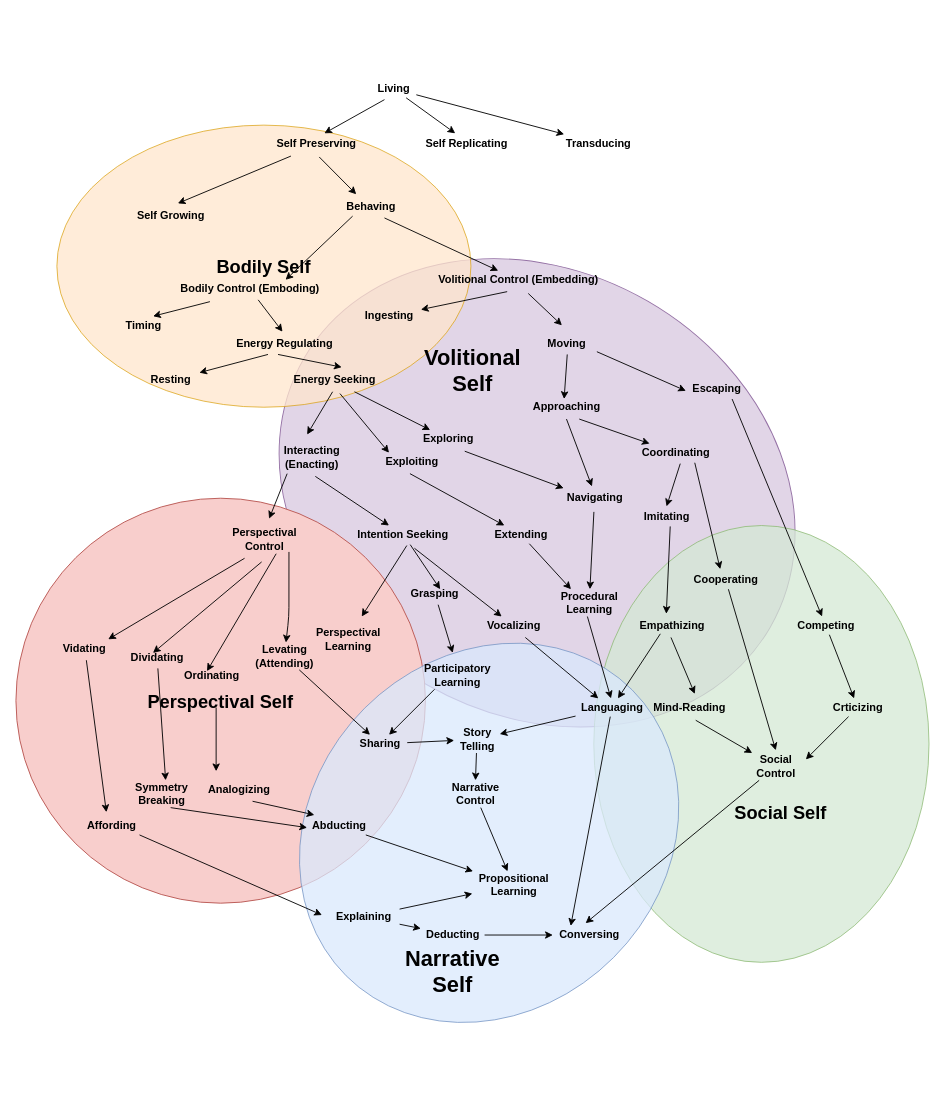
Earlier version of the draw.io diagram autopoiesis_evolution.drawio (codeaudit/1). Source tidied: cells renumbered, new cells numbered last; positions are measured from the earlier drawing's top-left corner, leaving out a move shared by most shapes. Both pictures are drawn from the tidied source at 91%, with x=0, y=0 at pixel (15, 79).
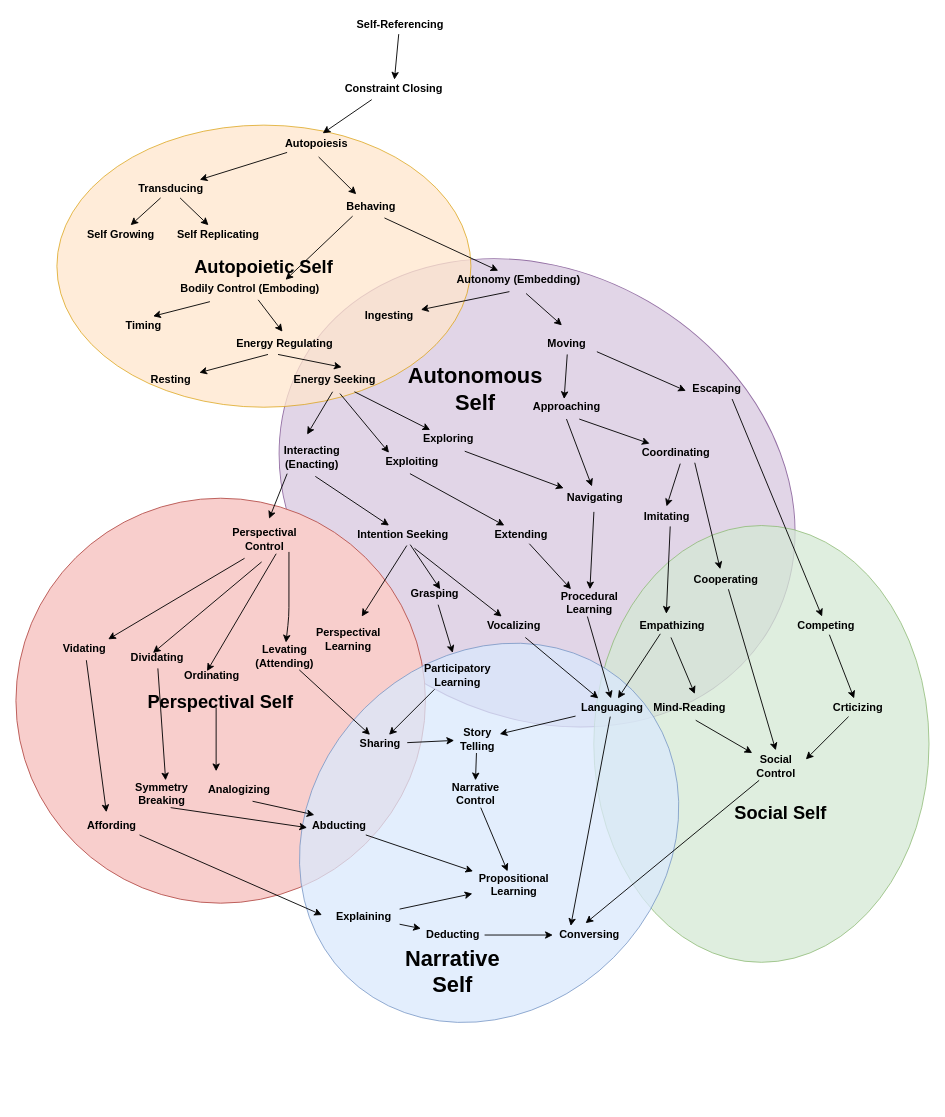
The same diagram, later.

Diff of the diagram source:
```diff
@@
-    <mxCell id="6" value="&lt;span style=&quot;font-size: 20px&quot;&gt;&lt;b&gt;Bodily Self&lt;/b&gt;&lt;/span&gt;" style="ellipse;whiteSpace=wrap;html=1;fillColor=#ffe6cc;strokeColor=#d79b00;opacity=75;" parent="1" vertex="1">
+    <mxCell id="6" value="&lt;span style=&quot;font-size: 20px&quot;&gt;&lt;b&gt;Autopoietic Self&lt;/b&gt;&lt;/span&gt;" style="ellipse;whiteSpace=wrap;html=1;fillColor=#ffe6cc;strokeColor=#d79b00;opacity=75;" parent="1" vertex="1">
       <mxGeometry x="45" y="50" width="455" height="310" as="geometry" />
     </mxCell>
-    <mxCell id="7" value="Living" style="text;html=1;align=center;verticalAlign=middle;points=[];fontStyle=1;" parent="1" vertex="1">
-      <mxGeometry x="390" width="50" height="20" as="geometry" />
+    <mxCell id="7" value="Constraint Closing" style="text;html=1;align=center;verticalAlign=middle;points=[];fontStyle=1;" parent="1" vertex="1">
+      <mxGeometry x="355" width="120" height="20" as="geometry" />
     </mxCell>
-    <mxCell id="8" value="Self Preserving" style="text;html=1;align=center;verticalAlign=middle;points=[];fontStyle=1;" parent="1" vertex="1">
-      <mxGeometry x="280" y="60" width="100" height="20" as="geometry" />
+    <mxCell id="8" value="Autopoiesis" style="text;html=1;align=center;verticalAlign=middle;points=[];fontStyle=1;" parent="1" vertex="1">
+      <mxGeometry x="290" y="60" width="80" height="20" as="geometry" />
     </mxCell>
     <mxCell id="9" value="Self Replicating" style="text;html=1;align=center;verticalAlign=middle;points=[];fontStyle=1;" parent="1" vertex="1">
-      <mxGeometry x="440" y="60" width="110" height="20" as="geometry" />
+      <mxGeometry x="167" y="160" width="110" height="20" as="geometry" />
     </mxCell>
     <mxCell id="10" value="Self Growing" style="text;html=1;align=center;verticalAlign=middle;points=[];fontStyle=1;" parent="1" vertex="1">
-      <mxGeometry x="125" y="140" width="90" height="20" as="geometry" />
+      <mxGeometry x="70" y="160" width="90" height="20" as="geometry" />
     </mxCell>
@@
-    <mxCell id="13" value="Volitional Control (Embedding)" style="text;html=1;align=center;verticalAlign=middle;points=[];fontStyle=1;" parent="1" vertex="1">
-      <mxGeometry x="456.6" y="210" width="190" height="20" as="geometry" />
+    <mxCell id="13" value="Autonomy (Embedding)" style="text;html=1;align=center;verticalAlign=middle;points=[];fontStyle=1;" parent="1" vertex="1">
+      <mxGeometry x="476.6" y="210" width="150" height="20" as="geometry" />
     </mxCell>
@@
-    <mxCell id="48" style="endArrow=none;html=1;exitX=0.389;exitY=-0.05;exitDx=0;exitDy=0;exitPerimeter=0;startArrow=classic;startFill=1;" parent="1" edge="1" source="9" target="7">
-      <mxGeometry relative="1" as="geometry" />
-    </mxCell>
-    <mxCell id="49" style="endArrow=none;html=1;entryX=0.222;entryY=1.2;entryDx=0;entryDy=0;entryPerimeter=0;exitX=0.588;exitY=-0.2;exitDx=0;exitDy=0;exitPerimeter=0;startArrow=classic;startFill=1;" parent="1" edge="1" source="10" target="8">
-      <mxGeometry relative="1" as="geometry" />
-    </mxCell>
@@
-    <mxCell id="102" value="&lt;b&gt;&lt;font style=&quot;font-size: 24px&quot;&gt;Volitional Self&lt;/font&gt;&lt;/b&gt;" style="text;html=1;strokeColor=none;fillColor=none;align=center;verticalAlign=middle;whiteSpace=wrap;rounded=0;opacity=75;" parent="1" vertex="1">
-      <mxGeometry x="481.6" y="310" width="40" height="20" as="geometry" />
+    <mxCell id="102" value="&lt;b&gt;&lt;font style=&quot;font-size: 24px&quot;&gt;Autonomous Self&lt;/font&gt;&lt;/b&gt;" style="text;html=1;strokeColor=none;fillColor=none;align=center;verticalAlign=middle;whiteSpace=wrap;rounded=0;opacity=75;" parent="1" vertex="1">
+      <mxGeometry x="484.5" y="330" width="40" height="20" as="geometry" />
     </mxCell>
@@
     <mxCell id="116" value="Transducing" style="text;html=1;align=center;verticalAlign=middle;points=[];fontStyle=1;" parent="1" vertex="1">
-      <mxGeometry x="595" y="60" width="90" height="20" as="geometry" />
+      <mxGeometry x="125" y="110" width="90" height="20" as="geometry" />
     </mxCell>
-    <mxCell id="117" style="endArrow=none;html=1;startArrow=classic;startFill=1;" parent="1" edge="1" source="116" target="7">
+    <mxCell id="117" style="endArrow=none;html=1;startArrow=classic;startFill=1;" parent="1" edge="1" source="116" target="8">
       <mxGeometry relative="1" as="geometry" />
     </mxCell>
@@
+    <mxCell id="126" value="&lt;b&gt;Self-Referencing&lt;/b&gt;" style="text;html=1;align=center;verticalAlign=middle;points=[];" parent="1" vertex="1">
+      <mxGeometry x="366.6" y="-70" width="110" height="20" as="geometry" />
+    </mxCell>
+    <mxCell id="127" style="endArrow=classic;html=1;" parent="1" edge="1" source="126" target="7">
+      <mxGeometry relative="1" as="geometry" />
+    </mxCell>
+    <mxCell id="128" style="endArrow=classic;html=1;" parent="1" edge="1" source="116" target="9">
+      <mxGeometry relative="1" as="geometry" />
+    </mxCell>
+    <mxCell id="129" style="endArrow=classic;html=1;" parent="1" edge="1" source="116" target="10">
+      <mxGeometry relative="1" as="geometry" />
+    </mxCell>
```
